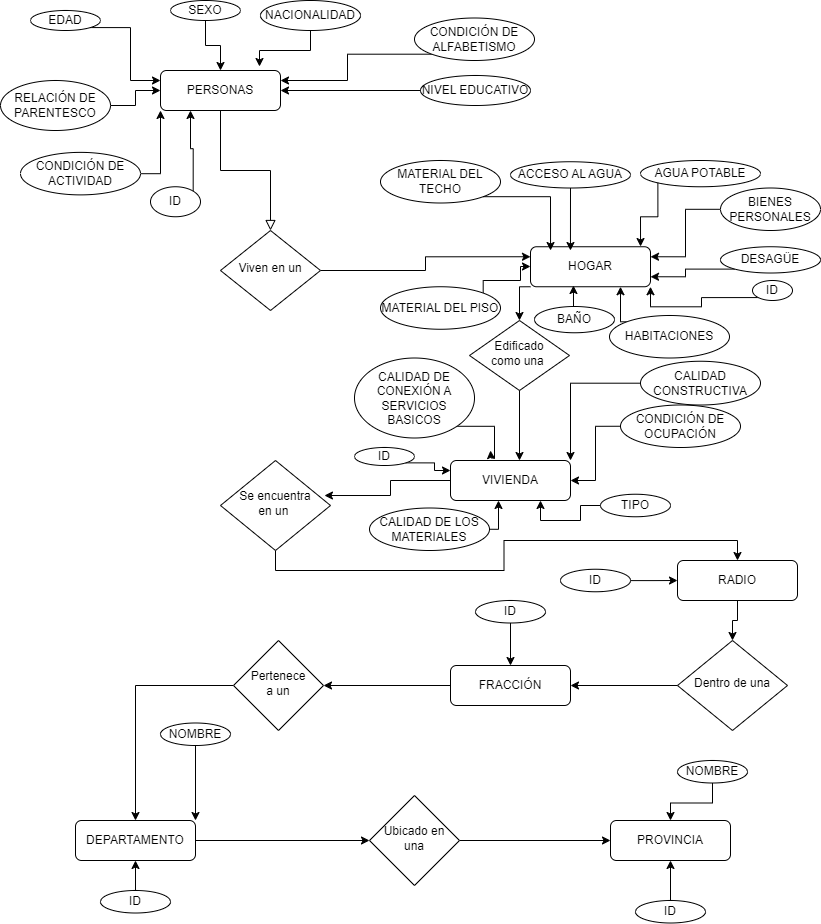
Above: Diagrama Entidad-Relación 2.drawio.png in GuidoLagana/TRABAJOMET4OP (draw.io), before the change. Source tidied: cells renumbered, new cells last; positions are measured from the earlier drawing's top-left corner, leaving out a move shared by most shapes.
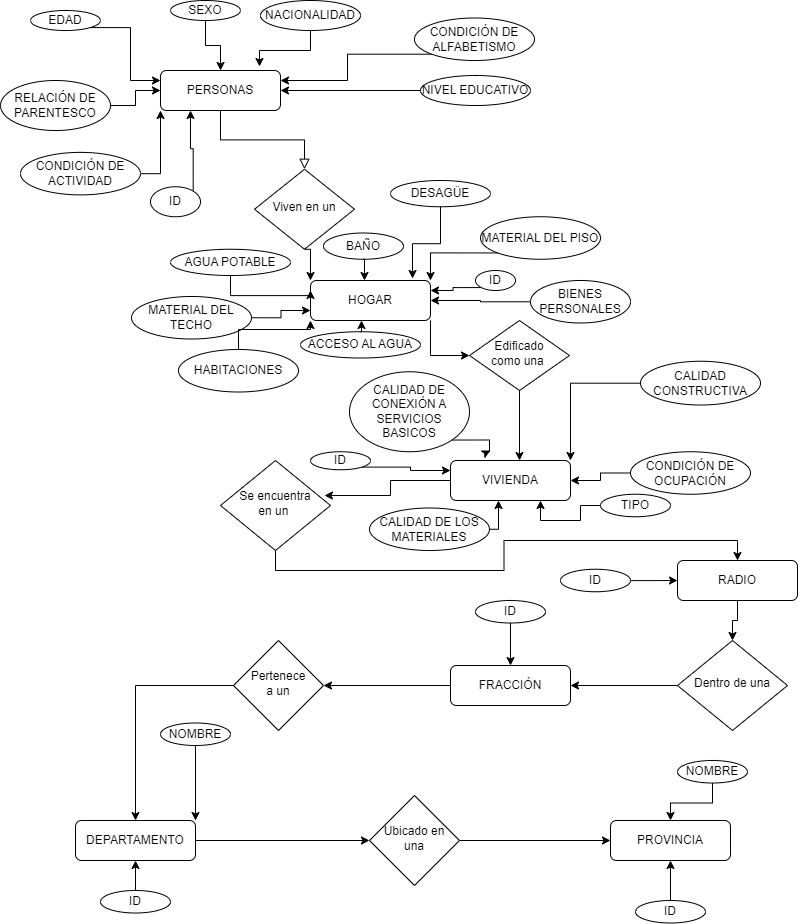
After the commit.

Change to the diagram source:
```diff
@@ -8,17 +8,17 @@
     <mxCell id="3" value="PERSONAS" style="rounded=1;whiteSpace=wrap;html=1;fontSize=12;glass=0;strokeWidth=1;shadow=0;" parent="1" vertex="1">
       <mxGeometry x="160" y="70" width="120" height="40" as="geometry" />
     </mxCell>
-    <mxCell id="4" style="edgeStyle=orthogonalEdgeStyle;rounded=0;jettySize=auto;html=1;exitX=1;exitY=0.5;exitDx=0;exitDy=0;entryX=0;entryY=0.25;entryDx=0;entryDy=0;" parent="1" edge="1" source="5" target="7">
+    <mxCell id="4" style="edgeStyle=orthogonalEdgeStyle;rounded=0;jettySize=auto;html=1;exitX=0.5;exitY=1;exitDx=0;exitDy=0;entryX=0;entryY=0;entryDx=0;entryDy=0;" parent="1" edge="1" source="5" target="7">
       <mxGeometry relative="1" as="geometry" />
     </mxCell>
     <mxCell id="5" value="Viven en un" style="rhombus;whiteSpace=wrap;html=1;shadow=0;fontFamily=Helvetica;fontSize=12;align=center;strokeWidth=1;spacing=6;spacingTop=-4;" parent="1" vertex="1">
-      <mxGeometry x="220" y="230" width="100" height="80" as="geometry" />
+      <mxGeometry x="254" y="168.8" width="100" height="80" as="geometry" />
     </mxCell>
-    <mxCell id="6" style="edgeStyle=orthogonalEdgeStyle;rounded=0;jettySize=auto;html=1;exitX=0;exitY=1;exitDx=0;exitDy=0;entryX=0.5;entryY=0;entryDx=0;entryDy=0;" parent="1" edge="1" source="7" target="8">
+    <mxCell id="6" style="edgeStyle=orthogonalEdgeStyle;rounded=0;jettySize=auto;html=1;exitX=1;exitY=1;exitDx=0;exitDy=0;" parent="1" edge="1" source="7" target="8">
       <mxGeometry relative="1" as="geometry" />
     </mxCell>
     <mxCell id="7" value="HOGAR" style="rounded=1;whiteSpace=wrap;html=1;fontSize=12;glass=0;strokeWidth=1;shadow=0;" parent="1" vertex="1">
-      <mxGeometry x="530" y="246.2" width="120" height="40" as="geometry" />
+      <mxGeometry x="310" y="280" width="120" height="40" as="geometry" />
     </mxCell>
     <mxCell id="8" value="&lt;font style=&quot;font-size: 12px;&quot;&gt;Edificado &lt;br&gt;como una&amp;nbsp;&lt;/font&gt;" style="rhombus;whiteSpace=wrap;html=1;shadow=0;fontFamily=Helvetica;fontSize=12;align=center;strokeWidth=1;spacing=6;spacingTop=-4;" parent="1" vertex="1">
       <mxGeometry x="469" y="320" width="100" height="70" as="geometry" />
@@ -113,47 +113,38 @@
     <mxCell id="38" value="CONDICIÓN DE ACTIVIDAD" style="ellipse;whiteSpace=wrap;html=1;" parent="1" vertex="1">
       <mxGeometry x="20" y="151.9" width="120" height="42.5" as="geometry" />
     </mxCell>
-    <mxCell id="39" style="edgeStyle=orthogonalEdgeStyle;rounded=0;jettySize=auto;html=1;exitX=1;exitY=0;exitDx=0;exitDy=0;" parent="1" edge="1" source="40" target="7">
-      <mxGeometry relative="1" as="geometry">
-        <Array as="points">
-          <mxPoint x="483" y="280" />
-          <mxPoint x="520" y="280" />
-          <mxPoint x="520" y="266" />
-        </Array>
-      </mxGeometry>
-    </mxCell>
-    <mxCell id="40" value="MATERIAL DEL PISO" style="ellipse;whiteSpace=wrap;html=1;" parent="1" vertex="1">
-      <mxGeometry x="380" y="286.2" width="120" height="42.5" as="geometry" />
-    </mxCell>
+    <mxCell id="84" style="edgeStyle=orthogonalEdgeStyle;rounded=0;jettySize=auto;html=1;exitX=1;exitY=0.5;exitDx=0;exitDy=0;entryX=0;entryY=0.75;entryDx=0;entryDy=0;" parent="1" edge="1" source="41" target="7">
+      <mxGeometry relative="1" as="geometry" />
+    </mxCell>
     <mxCell id="41" value="MATERIAL DEL TECHO" style="ellipse;whiteSpace=wrap;html=1;" parent="1" vertex="1">
-      <mxGeometry x="380" y="160" width="120" height="42.5" as="geometry" />
+      <mxGeometry x="131" y="296" width="120" height="42.5" as="geometry" />
     </mxCell>
     <mxCell id="42" value="ACCESO AL AGUA" style="ellipse;whiteSpace=wrap;html=1;" parent="1" vertex="1">
-      <mxGeometry x="510" y="161.2" width="120" height="26.2" as="geometry" />
+      <mxGeometry x="300" y="331.2" width="120" height="26.2" as="geometry" />
     </mxCell>
+    <mxCell id="82" style="edgeStyle=orthogonalEdgeStyle;rounded=0;jettySize=auto;html=1;exitX=0.5;exitY=1;exitDx=0;exitDy=0;entryX=0;entryY=0.25;entryDx=0;entryDy=0;" parent="1" edge="1" source="43" target="7">
+      <mxGeometry relative="1" as="geometry" />
+    </mxCell>
     <mxCell id="43" value="AGUA POTABLE" style="ellipse;whiteSpace=wrap;html=1;" parent="1" vertex="1">
-      <mxGeometry x="640" y="160" width="120" height="26.2" as="geometry" />
+      <mxGeometry x="170" y="248.8" width="120" height="26.2" as="geometry" />
     </mxCell>
     <mxCell id="44" value="BAÑO" style="ellipse;whiteSpace=wrap;html=1;" parent="1" vertex="1">
-      <mxGeometry x="534" y="306" width="80" height="26.2" as="geometry" />
+      <mxGeometry x="323" y="232.5" width="80" height="26.2" as="geometry" />
     </mxCell>
-    <mxCell id="45" style="edgeStyle=orthogonalEdgeStyle;rounded=0;jettySize=auto;html=1;exitX=0;exitY=1;exitDx=0;exitDy=0;entryX=1;entryY=0.75;entryDx=0;entryDy=0;" parent="1" edge="1" source="46" target="7">
-      <mxGeometry relative="1" as="geometry" />
-    </mxCell>
     <mxCell id="46" value="DESAGÜE" style="ellipse;whiteSpace=wrap;html=1;" parent="1" vertex="1">
-      <mxGeometry x="720" y="246.2" width="100" height="26.2" as="geometry" />
+      <mxGeometry x="390" y="180" width="100" height="26.2" as="geometry" />
     </mxCell>
-    <mxCell id="47" style="edgeStyle=orthogonalEdgeStyle;rounded=0;jettySize=auto;html=1;exitX=0;exitY=0;exitDx=0;exitDy=0;entryX=0.75;entryY=1;entryDx=0;entryDy=0;" parent="1" edge="1" source="48" target="7">
+    <mxCell id="47" style="edgeStyle=orthogonalEdgeStyle;rounded=0;jettySize=auto;html=1;exitX=0.5;exitY=0;exitDx=0;exitDy=0;entryX=0;entryY=1;entryDx=0;entryDy=0;" parent="1" edge="1" source="48" target="7">
       <mxGeometry relative="1" as="geometry" />
     </mxCell>
     <mxCell id="48" value="HABITACIONES" style="ellipse;whiteSpace=wrap;html=1;" parent="1" vertex="1">
-      <mxGeometry x="609" y="315" width="120" height="42.5" as="geometry" />
+      <mxGeometry x="178" y="349" width="120" height="42.5" as="geometry" />
     </mxCell>
-    <mxCell id="49" style="edgeStyle=orthogonalEdgeStyle;rounded=0;jettySize=auto;html=1;entryX=1;entryY=0.25;entryDx=0;entryDy=0;" parent="1" edge="1" source="50" target="7">
+    <mxCell id="49" style="edgeStyle=orthogonalEdgeStyle;rounded=0;jettySize=auto;html=1;entryX=1;entryY=0.5;entryDx=0;entryDy=0;" parent="1" edge="1" source="50" target="7">
       <mxGeometry relative="1" as="geometry" />
     </mxCell>
     <mxCell id="50" value="BIENES PERSONALES" style="ellipse;whiteSpace=wrap;html=1;" parent="1" vertex="1">
-      <mxGeometry x="720" y="187.5" width="100" height="42.5" as="geometry" />
+      <mxGeometry x="530" y="280" width="100" height="42.5" as="geometry" />
     </mxCell>
     <mxCell id="51" value="CALIDAD DE LOS MATERIALES" style="ellipse;whiteSpace=wrap;html=1;" parent="1" vertex="1">
       <mxGeometry x="369" y="507.5" width="120" height="42.5" as="geometry" />
@@ -162,7 +153,7 @@
       <mxGeometry relative="1" as="geometry" />
     </mxCell>
     <mxCell id="53" value="CONDICIÓN DE OCUPACIÓN" style="ellipse;whiteSpace=wrap;html=1;" parent="1" vertex="1">
-      <mxGeometry x="620" y="404.5" width="120" height="42.5" as="geometry" />
+      <mxGeometry x="630" y="451.2" width="120" height="42.5" as="geometry" />
     </mxCell>
     <mxCell id="54" style="edgeStyle=orthogonalEdgeStyle;rounded=0;jettySize=auto;html=1;exitX=1;exitY=1;exitDx=0;exitDy=0;" parent="1" edge="1" source="55">
       <mxGeometry relative="1" as="geometry">
@@ -170,7 +161,7 @@
       </mxGeometry>
     </mxCell>
     <mxCell id="55" value="CALIDAD DE CONEXIÓN A SERVICIOS BASICOS" style="ellipse;whiteSpace=wrap;html=1;" parent="1" vertex="1">
-      <mxGeometry x="354" y="357.5" width="120" height="80" as="geometry" />
+      <mxGeometry x="349" y="371.2" width="120" height="80" as="geometry" />
     </mxCell>
     <mxCell id="56" style="edgeStyle=orthogonalEdgeStyle;rounded=0;jettySize=auto;html=1;entryX=1;entryY=0;entryDx=0;entryDy=0;" parent="1" edge="1" source="57" target="9">
       <mxGeometry relative="1" as="geometry" />
@@ -206,13 +197,13 @@
       <mxGeometry relative="1" as="geometry" />
     </mxCell>
     <mxCell id="67" value="ID" style="ellipse;whiteSpace=wrap;html=1;" parent="1" vertex="1">
-      <mxGeometry x="354" y="447" width="60" height="18" as="geometry" />
+      <mxGeometry x="310" y="451.2" width="60" height="18" as="geometry" />
     </mxCell>
-    <mxCell id="68" style="edgeStyle=orthogonalEdgeStyle;rounded=0;jettySize=auto;html=1;exitX=0;exitY=1;exitDx=0;exitDy=0;entryX=1;entryY=1;entryDx=0;entryDy=0;" parent="1" edge="1" source="69" target="7">
+    <mxCell id="68" style="edgeStyle=orthogonalEdgeStyle;rounded=0;jettySize=auto;html=1;exitX=0;exitY=1;exitDx=0;exitDy=0;entryX=1;entryY=0.25;entryDx=0;entryDy=0;" parent="1" edge="1" source="69" target="7">
       <mxGeometry relative="1" as="geometry" />
     </mxCell>
     <mxCell id="69" value="ID" style="ellipse;whiteSpace=wrap;html=1;" parent="1" vertex="1">
-      <mxGeometry x="752" y="280" width="40" height="20" as="geometry" />
+      <mxGeometry x="475" y="270" width="40" height="20" as="geometry" />
     </mxCell>
     <mxCell id="70" style="edgeStyle=orthogonalEdgeStyle;rounded=0;jettySize=auto;html=1;" parent="1" edge="1" source="71" target="21">
       <mxGeometry relative="1" as="geometry" />
@@ -247,17 +238,20 @@
     <mxCell id="80" style="edgeStyle=orthogonalEdgeStyle;rounded=0;jettySize=auto;html=1;entryX=0.575;entryY=0;entryDx=0;entryDy=0;entryPerimeter=0;" parent="1" edge="1" source="8" target="9">
       <mxGeometry relative="1" as="geometry" />
     </mxCell>
+    <mxCell id="39" style="edgeStyle=orthogonalEdgeStyle;rounded=0;jettySize=auto;html=1;exitX=0;exitY=1;exitDx=0;exitDy=0;entryX=1;entryY=0;entryDx=0;entryDy=0;" parent="1" edge="1" source="40" target="7">
+      <mxGeometry relative="1" as="geometry" />
+    </mxCell>
+    <mxCell id="40" value="MATERIAL DEL PISO" style="ellipse;whiteSpace=wrap;html=1;" parent="1" vertex="1">
+      <mxGeometry x="480" y="216.2" width="120" height="42.5" as="geometry" />
+    </mxCell>
+    <mxCell id="45" style="edgeStyle=orthogonalEdgeStyle;rounded=0;jettySize=auto;html=1;exitX=0.5;exitY=1;exitDx=0;exitDy=0;entryX=0.85;entryY=-0.05;entryDx=0;entryDy=0;entryPerimeter=0;" parent="1" edge="1" source="46" target="7">
+      <mxGeometry relative="1" as="geometry" />
+    </mxCell>
-    <mxCell id="81" style="edgeStyle=orthogonalEdgeStyle;rounded=0;jettySize=auto;html=1;exitX=0.5;exitY=0;exitDx=0;exitDy=0;entryX=0.358;entryY=0.969;entryDx=0;entryDy=0;entryPerimeter=0;" parent="1" edge="1" source="44" target="7">
+    <mxCell id="81" style="edgeStyle=orthogonalEdgeStyle;rounded=0;jettySize=auto;html=1;exitX=0.5;exitY=1;exitDx=0;exitDy=0;entryX=0.45;entryY=0;entryDx=0;entryDy=0;entryPerimeter=0;" parent="1" edge="1" source="44" target="7">
       <mxGeometry relative="1" as="geometry" />
     </mxCell>
-    <mxCell id="82" style="edgeStyle=orthogonalEdgeStyle;rounded=0;jettySize=auto;html=1;exitX=0;exitY=1;exitDx=0;exitDy=0;entryX=0.917;entryY=-0.006;entryDx=0;entryDy=0;entryPerimeter=0;" parent="1" edge="1" source="43" target="7">
-      <mxGeometry relative="1" as="geometry" />
-    </mxCell>
-    <mxCell id="83" style="edgeStyle=orthogonalEdgeStyle;rounded=0;jettySize=auto;html=1;exitX=0.5;exitY=1;exitDx=0;exitDy=0;entryX=0.333;entryY=0.094;entryDx=0;entryDy=0;entryPerimeter=0;" parent="1" edge="1" source="42" target="7">
+    <mxCell id="83" style="edgeStyle=orthogonalEdgeStyle;rounded=0;jettySize=auto;html=1;exitX=0.5;exitY=0;exitDx=0;exitDy=0;entryX=0.425;entryY=1;entryDx=0;entryDy=0;entryPerimeter=0;" parent="1" edge="1" source="42" target="7">
       <mxGeometry relative="1" as="geometry" />
     </mxCell>
-    <mxCell id="84" style="edgeStyle=orthogonalEdgeStyle;rounded=0;jettySize=auto;html=1;exitX=1;exitY=1;exitDx=0;exitDy=0;entryX=0.167;entryY=0.094;entryDx=0;entryDy=0;entryPerimeter=0;" parent="1" edge="1" source="41" target="7">
-      <mxGeometry relative="1" as="geometry" />
-    </mxCell>
   </root>
 </mxGraphModel>
```
